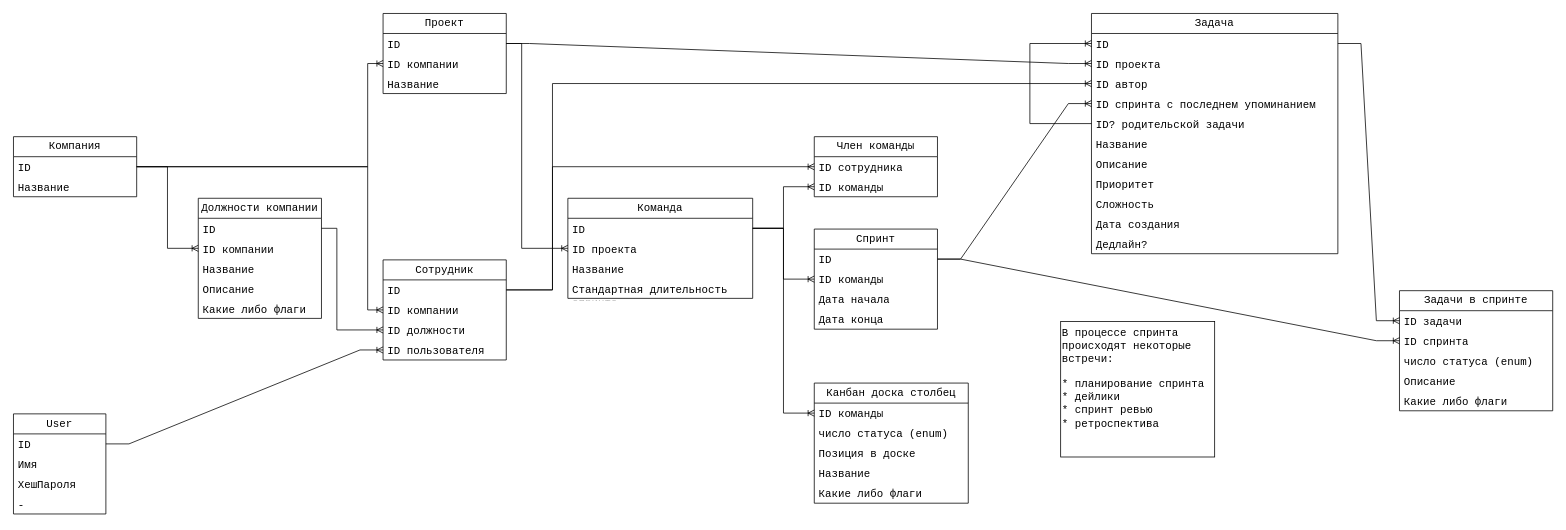
This is page "Сущности" (1 of 2) of Схемы/Сущности.drawio from DP1415/CorporateMessengerWithAgile, a draw.io file, before an edit. Source tidied: cells renumbered, new cells numbered last; positions are measured from the earlier drawing's top-left corner, leaving out a move shared by most shapes. Both pictures are drawn from the tidied source at 77%, with x=0, y=0 at pixel (13, 13).
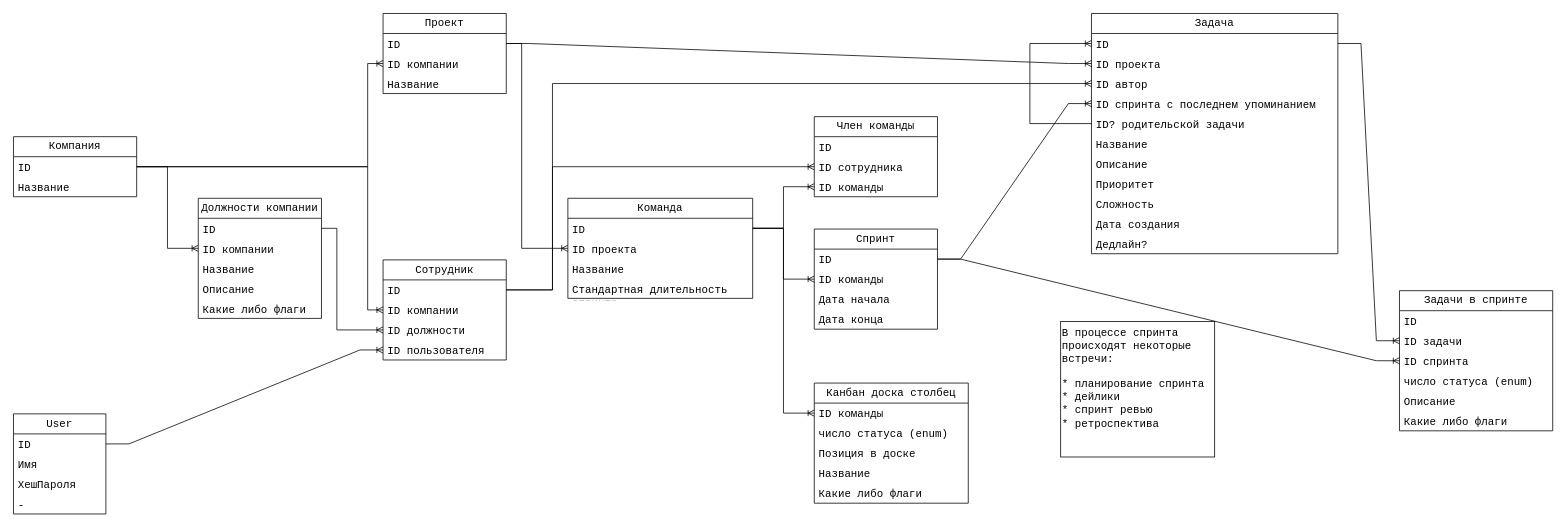
The same diagram, later.

Commit message (it also covers changes not shown here):
Обновление схемы, добавление скриншота-иллюстрации, обновление gitignore

What changed in the source:
```diff
@@
     <mxCell id="31" value="Член команды" style="swimlane;fontStyle=0;horizontal=1;startSize=26;fillColor=none;whiteSpace=wrap;fontFamily=consolas;fontSize=14;html=1;" parent="1" vertex="1">
-      <mxGeometry x="1040" y="160" width="160" height="78" as="geometry" />
+      <mxGeometry x="1040" y="134" width="160" height="104" as="geometry" />
     </mxCell>
+    <mxCell id="79" value="ID" style="text;strokeColor=none;fillColor=none;align=left;verticalAlign=top;spacingLeft=4;spacingRight=4;overflow=hidden;whiteSpace=wrap;fontFamily=consolas;fontSize=14;html=1;" parent="31" vertex="1">
+      <mxGeometry y="26" width="160" height="26" as="geometry" />
+    </mxCell>
     <mxCell id="32" value="ID сотрудника" style="text;strokeColor=none;fillColor=none;align=left;verticalAlign=top;spacingLeft=4;spacingRight=4;overflow=hidden;points=[[0,0.5],[1,0.5]];portConstraint=eastwest;whiteSpace=wrap;fontFamily=consolas;fontSize=14;html=1;" parent="31" vertex="1">
-      <mxGeometry y="26" width="160" height="26" as="geometry" />
+      <mxGeometry y="52" width="160" height="26" as="geometry" />
     </mxCell>
     <mxCell id="33" value="ID команды" style="text;strokeColor=none;fillColor=none;align=left;verticalAlign=top;spacingLeft=4;spacingRight=4;overflow=hidden;points=[[0,0.5],[1,0.5]];portConstraint=eastwest;whiteSpace=wrap;fontFamily=consolas;fontSize=14;html=1;" parent="31" vertex="1">
-      <mxGeometry y="52" width="160" height="26" as="geometry" />
+      <mxGeometry y="78" width="160" height="26" as="geometry" />
     </mxCell>
@@
     <mxCell id="64" value="Задачи в спринте" style="swimlane;fontStyle=0;horizontal=1;startSize=26;fillColor=none;whiteSpace=wrap;fontFamily=consolas;fontSize=14;html=1;" parent="1" vertex="1">
-      <mxGeometry x="1800" y="360" width="199" height="156" as="geometry" />
+      <mxGeometry x="1800" y="360" width="199" height="182" as="geometry" />
     </mxCell>
+    <mxCell id="80" value="ID" style="text;strokeColor=none;fillColor=none;align=left;verticalAlign=top;spacingLeft=4;spacingRight=4;overflow=hidden;whiteSpace=wrap;fontFamily=consolas;fontSize=14;html=1;" parent="64" vertex="1">
+      <mxGeometry y="26" width="199" height="26" as="geometry" />
+    </mxCell>
     <mxCell id="65" value="ID задачи" style="text;strokeColor=none;fillColor=none;align=left;verticalAlign=top;spacingLeft=4;spacingRight=4;overflow=hidden;points=[[0,0.5],[1,0.5]];portConstraint=eastwest;whiteSpace=wrap;fontFamily=consolas;fontSize=14;html=1;" parent="64" vertex="1">
-      <mxGeometry y="26" width="199" height="26" as="geometry" />
+      <mxGeometry y="52" width="199" height="26" as="geometry" />
     </mxCell>
     <mxCell id="66" value="ID спринта" style="text;strokeColor=none;fillColor=none;align=left;verticalAlign=top;spacingLeft=4;spacingRight=4;overflow=hidden;points=[[0,0.5],[1,0.5]];portConstraint=eastwest;whiteSpace=wrap;fontFamily=consolas;fontSize=14;html=1;" parent="64" vertex="1">
-      <mxGeometry y="52" width="199" height="26" as="geometry" />
+      <mxGeometry y="78" width="199" height="26" as="geometry" />
     </mxCell>
     <mxCell id="67" value="число статуса (enum)" style="text;strokeColor=none;fillColor=none;align=left;verticalAlign=top;spacingLeft=4;spacingRight=4;overflow=hidden;whiteSpace=wrap;fontFamily=consolas;fontSize=14;html=1;" parent="64" vertex="1">
-      <mxGeometry y="78" width="199" height="26" as="geometry" />
+      <mxGeometry y="104" width="199" height="26" as="geometry" />
     </mxCell>
     <mxCell id="68" value="Описание" style="text;strokeColor=none;fillColor=none;align=left;verticalAlign=top;spacingLeft=4;spacingRight=4;overflow=hidden;whiteSpace=wrap;fontFamily=consolas;fontSize=14;html=1;" parent="64" vertex="1">
-      <mxGeometry y="104" width="199" height="26" as="geometry" />
+      <mxGeometry y="130" width="199" height="26" as="geometry" />
     </mxCell>
     <mxCell id="69" value="Какие либо флаги" style="text;strokeColor=none;fillColor=none;align=left;verticalAlign=top;spacingLeft=4;spacingRight=4;overflow=hidden;whiteSpace=wrap;fontFamily=consolas;fontSize=14;html=1;" parent="64" vertex="1">
-      <mxGeometry y="130" width="199" height="26" as="geometry" />
+      <mxGeometry y="156" width="199" height="26" as="geometry" />
     </mxCell>
```
